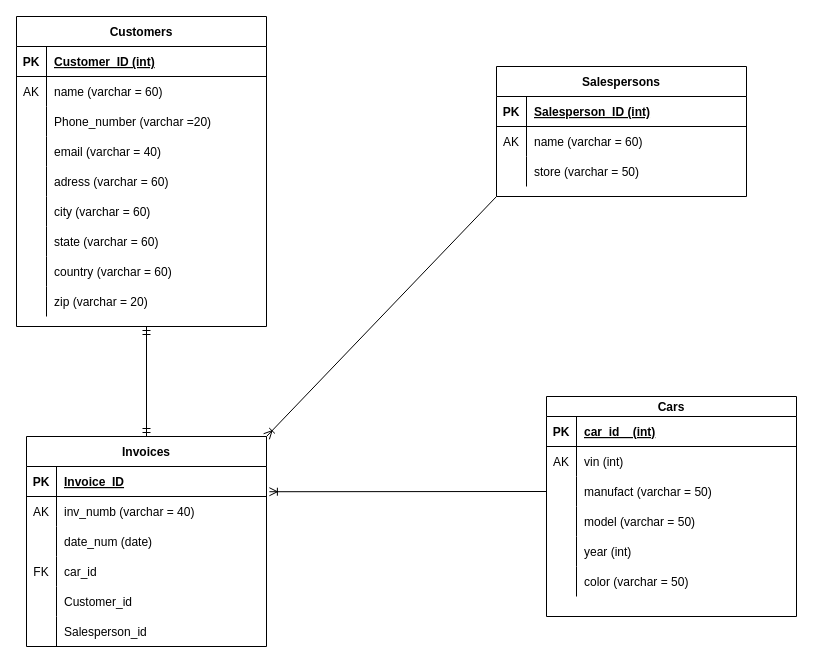
The draw.io diagram Module_1/Lab_20_SQL-Business-Cases/Untitled Diagram.drawio in JaimeSastreCrespo/DAFT_1022, before the edit. Source tidied: cells renumbered, new cells numbered last; positions are measured from the earlier drawing's top-left corner, leaving out a move shared by most shapes. Both pictures are drawn from the tidied source at 100%, with x=0, y=0 at pixel (16, 16).
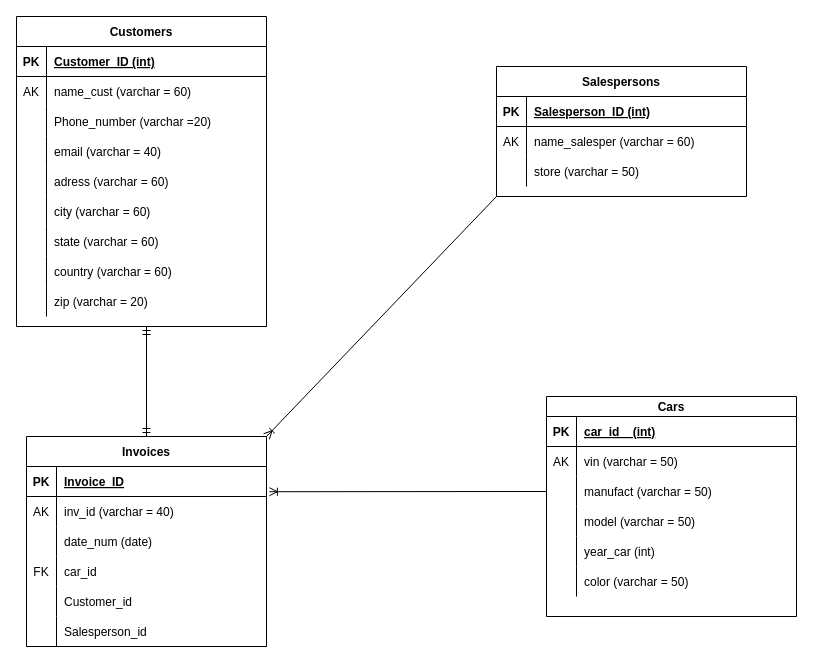
The same page after the edit.

Commit message:
Lab20 good one.drawio

Unchanged cells that the change refers to:
```xml
<mxCell id="6" style="shape=partialRectangle;fillColor=none;top=0;left=0;right=0;bottom=0;" parent="2" vertex="1">
  <mxGeometry y="60" width="250" height="30" as="geometry" />
</mxCell>
<mxCell id="16" style="shape=partialRectangle;fillColor=none;top=0;left=0;right=0;bottom=0;" parent="12" vertex="1">
  <mxGeometry y="50" width="250" height="30" as="geometry" />
</mxCell>
<mxCell id="25" style="shape=tableRow;horizontal=0;startSize=0;swimlaneHead=0;swimlaneBody=0;fillColor=none;top=0;left=0;right=0;bottom=0;" parent="12" vertex="1">
  <mxGeometry y="140" width="250" height="30" as="geometry" />
</mxCell>
<mxCell id="35" style="shape=partialRectangle;fillColor=none;top=0;left=0;right=0;bottom=0;" parent="31" vertex="1">
  <mxGeometry y="60" width="250" height="30" as="geometry" />
</mxCell>
<mxCell id="63" style="shape=tableRow;horizontal=0;startSize=0;swimlaneHead=0;swimlaneBody=0;fillColor=none;points=[[0,0.5],[1,0.5]];portConstraint=eastwest;top=0;left=0;right=0;bottom=0;" parent="59" vertex="1">
  <mxGeometry y="60" width="240" height="30" as="geometry" />
</mxCell>
```

Change to the diagram source:
```diff
@@
-    <mxCell id="8" value="name (varchar = 60)" style="shape=partialRectangle;overflow=hidden;fillColor=none;top=0;left=0;bottom=0;right=0;align=left;spacingLeft=6;" parent="6" vertex="1">
+    <mxCell id="8" value="name_salesper (varchar = 60)" style="shape=partialRectangle;overflow=hidden;fillColor=none;top=0;left=0;bottom=0;right=0;align=left;spacingLeft=6;" parent="6" vertex="1">
       <mxGeometry x="30" width="220" height="30" as="geometry" />
     </mxCell>
@@
-    <mxCell id="18" value="vin (int)" style="shape=partialRectangle;overflow=hidden;fillColor=none;top=0;left=0;bottom=0;right=0;align=left;spacingLeft=6;" parent="16" vertex="1">
+    <mxCell id="18" value="vin (varchar = 50)" style="shape=partialRectangle;overflow=hidden;fillColor=none;top=0;left=0;bottom=0;right=0;align=left;spacingLeft=6;" parent="16" vertex="1">
       <mxGeometry x="30" width="220" height="30" as="geometry" />
     </mxCell>
@@
-    <mxCell id="27" value="year (int)" style="shape=partialRectangle;fillColor=none;top=0;left=0;bottom=0;right=0;align=left;spacingLeft=6;overflow=hidden;" parent="25" vertex="1">
+    <mxCell id="27" value="year_car (int)" style="shape=partialRectangle;fillColor=none;top=0;left=0;bottom=0;right=0;align=left;spacingLeft=6;overflow=hidden;" parent="25" vertex="1">
       <mxGeometry x="30" width="220" height="30" as="geometry" />
     </mxCell>
@@
-    <mxCell id="37" value="name (varchar = 60)" style="shape=partialRectangle;overflow=hidden;fillColor=none;top=0;left=0;bottom=0;right=0;align=left;spacingLeft=6;" parent="35" vertex="1">
+    <mxCell id="37" value="name_cust (varchar = 60)" style="shape=partialRectangle;overflow=hidden;fillColor=none;top=0;left=0;bottom=0;right=0;align=left;spacingLeft=6;" parent="35" vertex="1">
       <mxGeometry x="30" width="220" height="30" as="geometry" />
     </mxCell>
@@
-    <mxCell id="65" value="inv_numb (varchar = 40)" style="shape=partialRectangle;fillColor=none;top=0;left=0;bottom=0;right=0;align=left;spacingLeft=6;overflow=hidden;" parent="63" vertex="1">
+    <mxCell id="65" value="inv_id (varchar = 40)" style="shape=partialRectangle;fillColor=none;top=0;left=0;bottom=0;right=0;align=left;spacingLeft=6;overflow=hidden;" parent="63" vertex="1">
       <mxGeometry x="30" width="210" height="30" as="geometry" />
     </mxCell>
```
